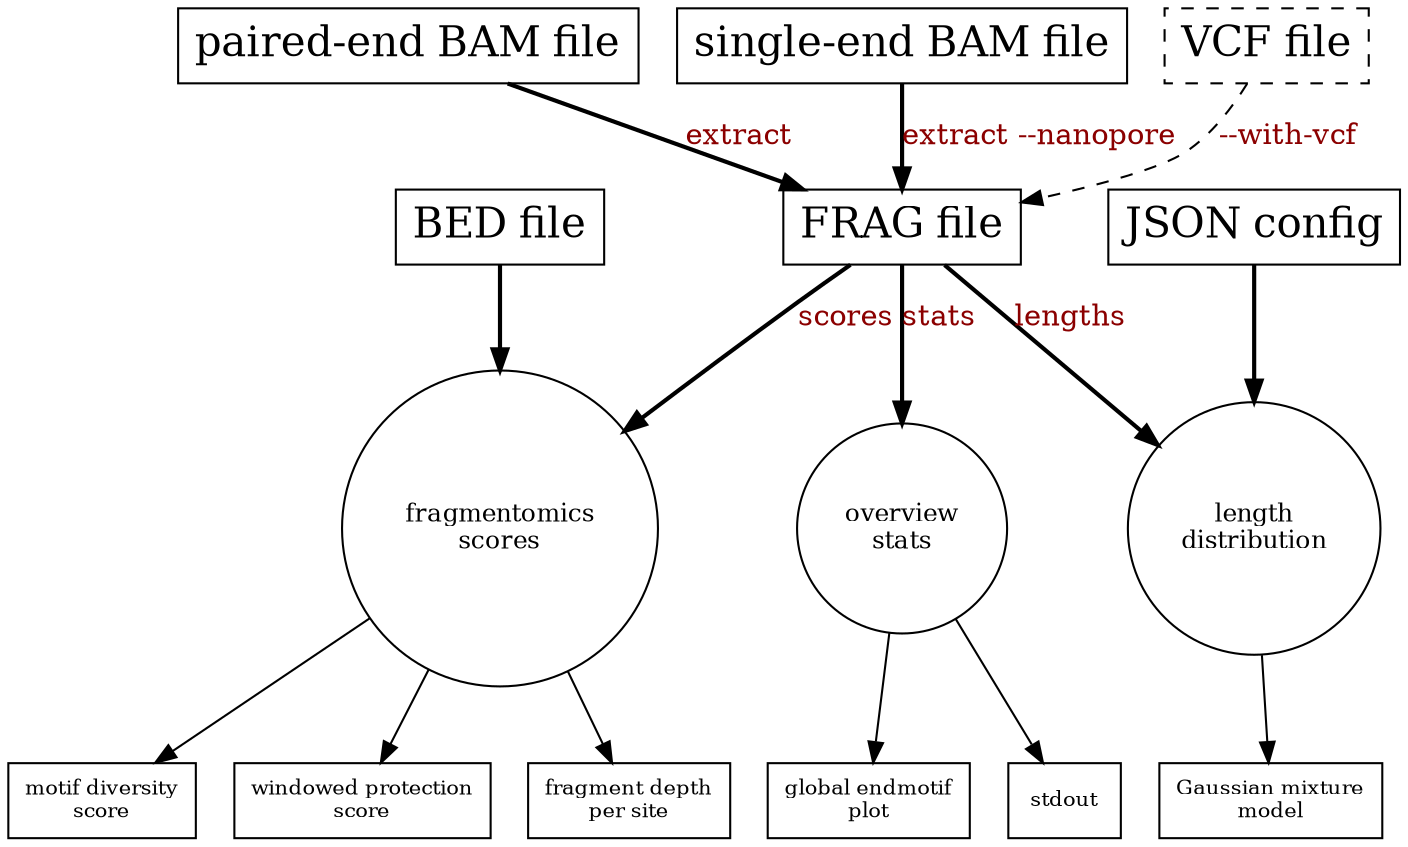
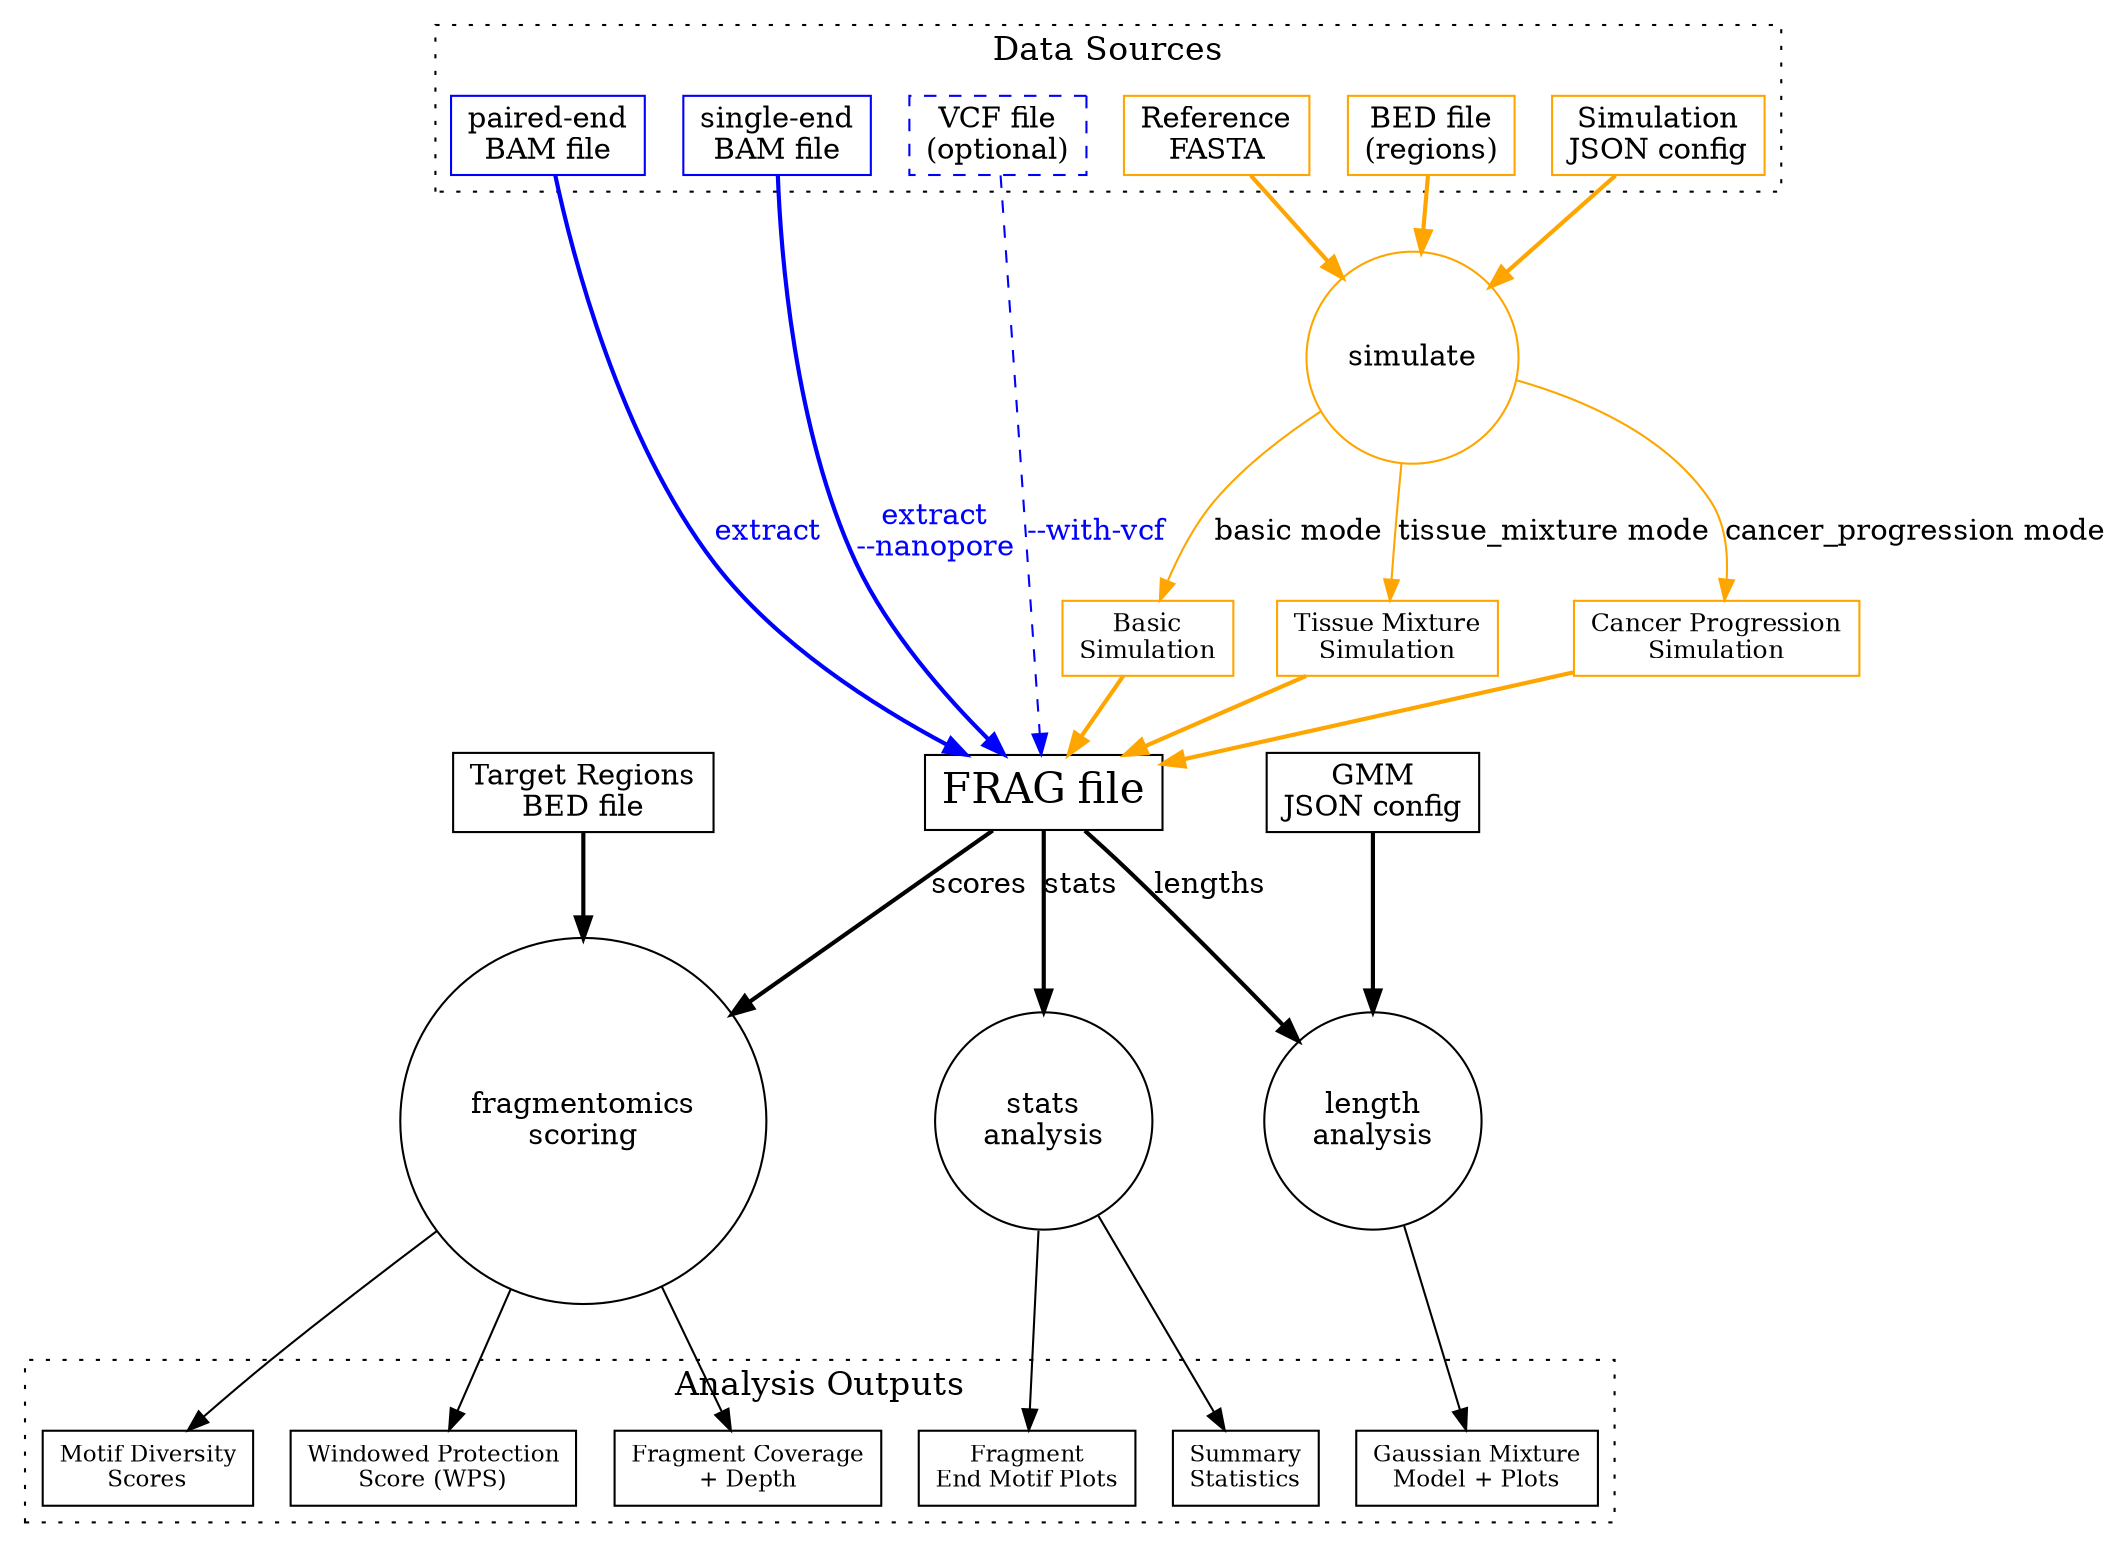
// This file is part of `pyfraglib`, a software suite to calculate fragmentomics
// features from cfDNA and perform downstream analyses.
//
// Copyright (C) 2024 Daniel Schütte, daniel.schuette@iccb-cologne.org
//
// This program is free software: you can redistribute it and/or modify it under
// the terms of the GNU General Public License as published by the Free Software
// Foundation, either version 3 of the License, or (at your option) any later
// version. This program is distributed in the hope that it will be useful, but
// WITHOUT ANY WARRANTY; without even the implied warranty of MERCHANTABILITY or
// FITNESS FOR A PARTICULAR PURPOSE.  See the GNU General Public License for
// more details. You should have received a copy of the GNU General Public
// License along with this program. If not, see <https://www.gnu.org/licenses/>.

digraph Workflow {
    // Sometimes, we want a transparent figure for presentations, etc.
    // > bgcolor="transparent";

-     A0 -> B [label="extract",fontcolor=darkred,style=bold];
-     A1 -> B [label="extract --nanopore",fontcolor=darkred,style=bold];
-     AA -> B [label="--with-vcf",fontcolor=darkred,style=dashed];
+     // Organize layout with subgraphs
+     subgraph cluster_data_sources {
+         label="Data Sources";
+         style=dotted;
+         fontsize=16;

-     A0 [label="paired-end BAM file",shape=box,fontsize=20];
-     A1 [label="single-end BAM file",shape=box,fontsize=20];
-     AA [label="VCF file",shape=box,fontsize=20,style=dashed];
+         A0 [label="paired-end\nBAM file",shape=box,fontsize=14,color=blue];
+         A1 [label="single-end\nBAM file",shape=box,fontsize=14,color=blue];
+         AA [label="VCF file\n(optional)",shape=box,fontsize=14,style=dashed,color=blue];
+ 
+         // Simulation inputs
+         FASTA [label="Reference\nFASTA",shape=box,fontsize=14,color=orange];
+         BED_SIM [label="BED file\n(regions)",shape=box,fontsize=14,color=orange];
+         CONFIG_SIM [label="Simulation\nJSON config",shape=box,fontsize=14,color=orange];
+     }
+ 
+     SIM [label="simulate",shape=circle,fontsize=14,color=orange];
+     SIM_BASIC [label="Basic\nSimulation",shape=box,fontsize=12,color=orange];
+     SIM_TISSUE [label="Tissue Mixture\nSimulation",shape=box,fontsize=12,color=orange];
+     SIM_CANCER [label="Cancer Progression\nSimulation",shape=box,fontsize=12,color=orange];
    B [label="FRAG file",shape=box,fontsize=20];

-     B -> C [label="stats",fontcolor=darkred,style=bold];
-     B -> D [label="lengths",fontcolor=darkred,style=bold];
-     DD -> D [fontcolor=darkred,style=bold];
-     B -> E [label="scores",fontcolor=darkred,style=bold];
-     EE -> E [fontcolor=darkred,style=bold];
+     C [label="stats\nanalysis",shape=circle,fontsize=14];
+     D [label="length\nanalysis",shape=circle,fontsize=14];
+     E [label="fragmentomics\nscoring",shape=circle,fontsize=14];
+ 
+     subgraph cluster_outputs {
+         label="Analysis Outputs";
+         style=dotted;
+         fontsize=16;
+ 
+         // Stats outputs
+         I [label="Fragment\nEnd Motif Plots",shape=box,fontsize=11];
+         J [label="Summary\nStatistics",shape=box,fontsize=11];
+ 
+         // Length outputs
+         H [label="Gaussian Mixture\nModel + Plots",shape=box,fontsize=11];
+ 
+         // Score outputs
+         F [label="Motif Diversity\nScores",shape=box,fontsize=11];
+         G [label="Windowed Protection\nScore (WPS)",shape=box,fontsize=11];
+         GG [label="Fragment Coverage\n+ Depth",shape=box,fontsize=11];
+     }
+ 
+     // Data extraction workflow
+     A0 -> B [label="extract",fontcolor=blue,style=bold,penwidth=2,color=blue];
+     A1 -> B [label="extract\n--nanopore",fontcolor=blue,style=bold,penwidth=2,color=blue];
+     AA -> B [label="--with-vcf",fontcolor=blue,style=dashed,color=blue];
+ 
+     // Simulation workflow
+     FASTA -> SIM [color=orange,penwidth=2];
+     BED_SIM -> SIM [color=orange,penwidth=2];
+     CONFIG_SIM -> SIM [color=orange,penwidth=2];
+ 
+     SIM -> SIM_BASIC [label="basic mode",color=orange];
+     SIM -> SIM_TISSUE [label="tissue_mixture mode",color=orange];
+     SIM -> SIM_CANCER [label="cancer_progression mode",color=orange];
+ 
+     SIM_BASIC -> B [color=orange,penwidth=2];
+     SIM_TISSUE -> B [color=orange,penwidth=2];
+     SIM_CANCER -> B [color=orange,penwidth=2];
+ 
+     // Analysis workflows
+     B -> C [label="stats",style=bold,penwidth=2];
+     B -> D [label="lengths",style=bold,penwidth=2];
+     B -> E [label="scores",style=bold,penwidth=2];
+ 
+     // Configuration inputs for analysis
+     DD [label="GMM\nJSON config",shape=box,fontsize=14];
+     EE [label="Target Regions\nBED file",shape=box,fontsize=14];
+ 
+     DD -> D [style=bold];
+     EE -> E [style=bold];
+ 
+     // Analysis outputs
+     C -> I;
+     C -> J;
+     D -> H;
    E -> F;
    E -> G;
    E -> GG;
-     D -> H;
-     C -> I;
-     C -> J;
- 
-     C [label="overview\nstats",shape=circle,fontsize=12];
-     D [label="length\ndistribution",shape=circle,fontsize=12];
-     DD [label="JSON config",shape=box,fontsize=20];
-     E [label="fragmentomics\nscores",shape=circle,fontsize=12];
-     EE [label="BED file",shape=box,fontsize=20];
-     F [label="motif diversity\nscore",shape=box,fontsize=10];
-     G [label="windowed protection\nscore",shape=box,fontsize=10];
-     GG [label="fragment depth\nper site",shape=box,fontsize=10];
-     H [label="Gaussian mixture\nmodel",shape=box,fontsize=10];
-     I [label="global endmotif\nplot",shape=box,fontsize=10];
-     J [label="stdout",shape=box,fontsize=10];
}
